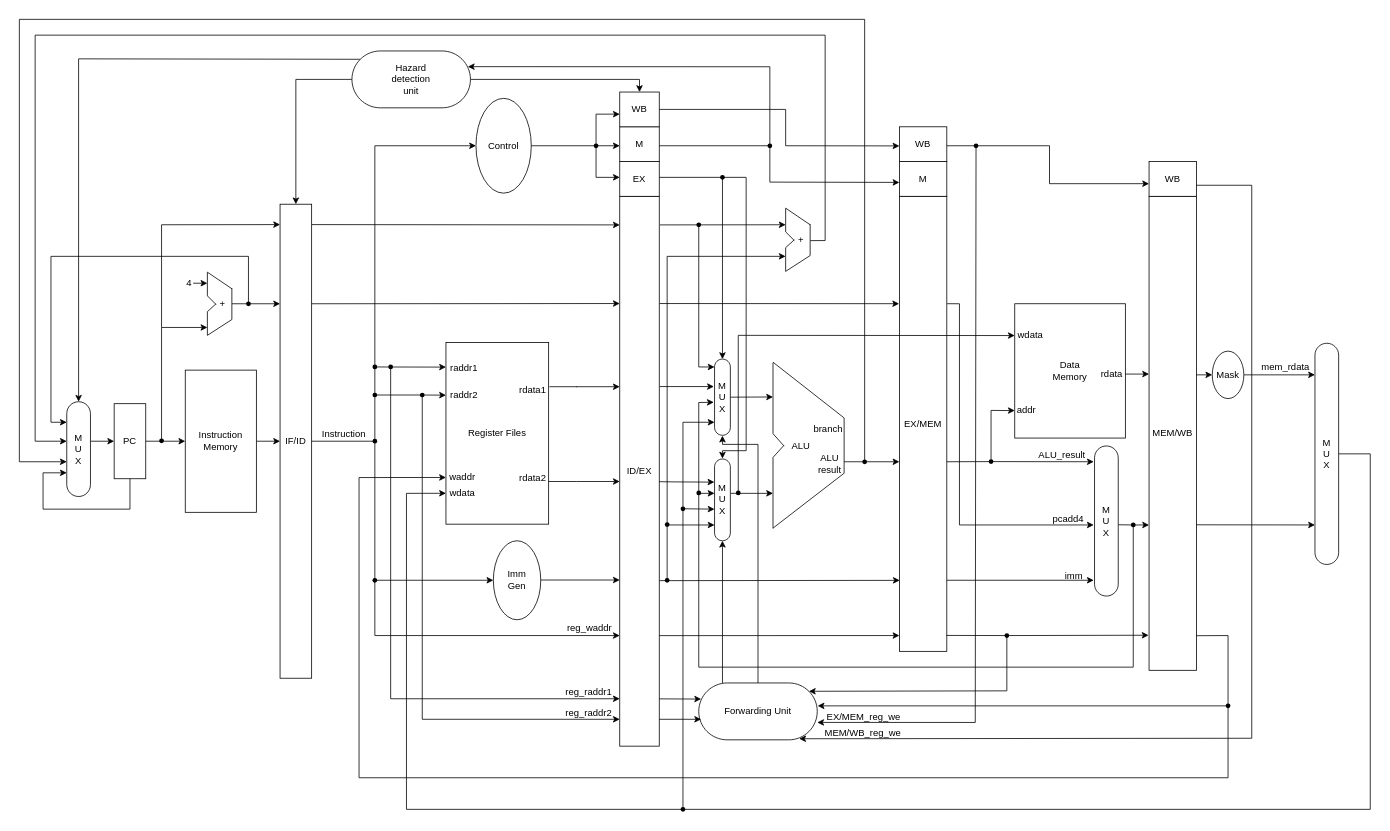
Before: CPU2.0 pipeline.drawio in Briarcresy/2026-IC-contest-JYD, a draw.io diagram. Source tidied: cells renumbered, new cells numbered last; positions are measured from the earlier drawing's top-left corner, leaving out a move shared by most shapes. Both pictures are drawn from the tidied source at 79%, with x=0, y=0 at pixel (19, 19).
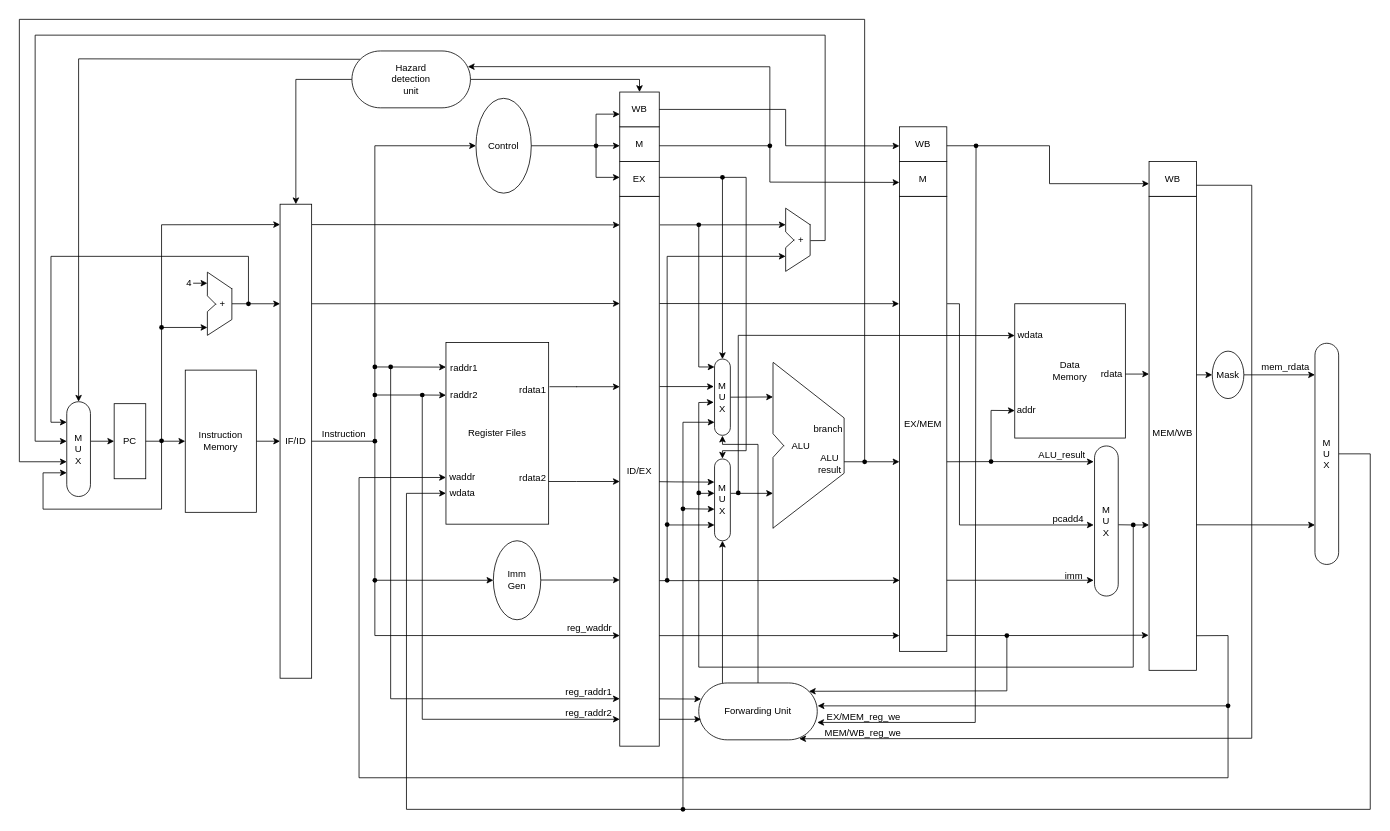
Above is the later version.

The change refers to these unchanged cells:
```xml
<mxCell id="4" value="PC" style="rounded=0;whiteSpace=wrap;html=1;" parent="1" vertex="1">
  <mxGeometry x="120" y="486.5" width="40" height="95" as="geometry" />
</mxCell>
<mxCell id="70" style="shape=waypoint;sketch=0;fillStyle=solid;size=6;points=[];fillColor=none;perimeter=centerPerimeter;snapToPoint=1;" parent="1" vertex="1">
  <mxGeometry x="170" y="523.5" width="20" height="20" as="geometry" />
</mxCell>
<mxCell id="175" value="M&lt;div&gt;U&lt;/div&gt;&lt;div&gt;X&lt;/div&gt;" style="html=1;dashed=0;whiteSpace=wrap;shape=mxgraph.dfd.start;direction=south;" parent="1" vertex="1">
  <mxGeometry x="60" y="484" width="30" height="120" as="geometry" />
</mxCell>
```

What changed in the source:
```diff
@@
-    <mxCell id="176" style="endArrow=classic;html=1;rounded=0;exitX=0.5;exitY=1;exitDx=0;exitDy=0;entryX=0.75;entryY=1;entryDx=0;entryDy=0;entryPerimeter=0;" parent="1" edge="1" source="4" target="175">
+    <mxCell id="176" style="endArrow=classic;html=1;rounded=0;entryX=0.75;entryY=1;entryDx=0;entryDy=0;entryPerimeter=0;" parent="1" edge="1" source="70" target="175">
       <mxGeometry relative="1" as="geometry">
         <Array as="points">
-          <mxPoint x="140" y="620" />
+          <mxPoint x="180" y="620" />
           <mxPoint x="30" y="620" />
           <mxPoint x="30" y="574" />
         </Array>
       </mxGeometry>
     </mxCell>
@@
+    <mxCell id="193" style="shape=waypoint;sketch=0;fillStyle=solid;size=6;fillColor=none;perimeter=centerPerimeter;" parent="1" vertex="1">
+      <mxGeometry x="170" y="380" width="20" height="20" as="geometry" />
+    </mxCell>
```
